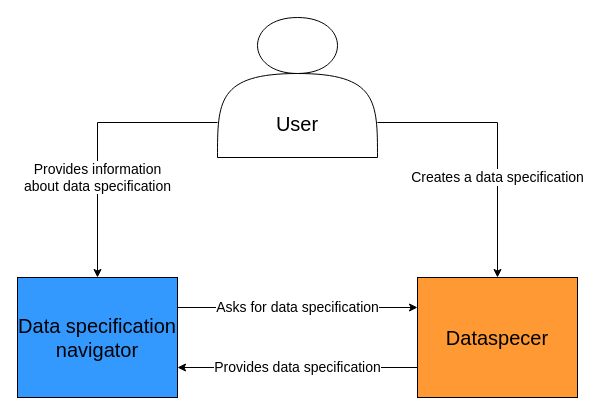
Kwantigon/research-project keeps this draw.io diagram as presentation/C4 diagrams/C4_system_context.drawio. Above is the earlier version. Source tidied: cells renumbered, new cells numbered last; positions are measured from the earlier drawing's top-left corner, leaving out a move shared by most shapes. Both pictures are drawn from the tidied source at 100%, with x=0, y=0 at pixel (17, 17).
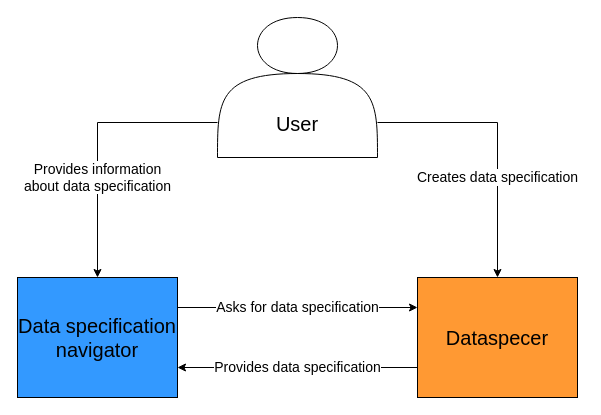
The same page after the edit.

The edit, as a diff of the source:
```diff
@@
 <mxGraphModel>
   <root>
     <mxCell id="0" />
     <mxCell id="1" parent="0" />
-    <mxCell id="2" value="&lt;font style=&quot;font-size: 14px;&quot;&gt;Creates a data specification&lt;/font&gt;" style="edgeStyle=orthogonalEdgeStyle;rounded=0;jettySize=auto;html=1;entryX=0.5;entryY=0;entryDx=0;entryDy=0;exitX=1;exitY=0.75;exitDx=0;exitDy=0;" parent="1" edge="1" source="4" target="8">
+    <mxCell id="2" value="&lt;font style=&quot;font-size: 14px;&quot;&gt;Creates data specification&lt;/font&gt;" style="edgeStyle=orthogonalEdgeStyle;rounded=0;jettySize=auto;html=1;entryX=0.5;entryY=0;entryDx=0;entryDy=0;exitX=1;exitY=0.75;exitDx=0;exitDy=0;" parent="1" edge="1" source="4" target="8">
       <mxGeometry x="0.27" relative="1" as="geometry" />
     </mxCell>
     <mxCell id="3" value="&lt;font style=&quot;font-size: 14px;&quot;&gt;Provides information&lt;/font&gt;&lt;div&gt;&lt;font style=&quot;font-size: 14px;&quot;&gt;about data specification&lt;/font&gt;&lt;/div&gt;" style="edgeStyle=orthogonalEdgeStyle;rounded=0;jettySize=auto;html=1;entryX=0.5;entryY=0;entryDx=0;entryDy=0;exitX=0;exitY=0.75;exitDx=0;exitDy=0;" parent="1" edge="1" source="4" target="6">
       <mxGeometry x="0.27" relative="1" as="geometry" />
     </mxCell>
     <mxCell id="4" value="&lt;div&gt;&lt;font style=&quot;font-size: 20px;&quot;&gt;&lt;br&gt;&lt;/font&gt;&lt;/div&gt;&lt;div&gt;&lt;font style=&quot;font-size: 20px;&quot;&gt;&lt;br&gt;&lt;/font&gt;&lt;/div&gt;&lt;div&gt;&lt;font style=&quot;font-size: 20px;&quot;&gt;&lt;br&gt;&lt;/font&gt;&lt;/div&gt;&lt;font style=&quot;font-size: 20px;&quot;&gt;User&lt;/font&gt;" style="shape=actor;whiteSpace=wrap;html=1;" parent="1" vertex="1">
       <mxGeometry x="200" width="160" height="140" as="geometry" />
     </mxCell>
     <mxCell id="5" value="&lt;font style=&quot;font-size: 14px;&quot;&gt;Asks for data specification&lt;/font&gt;" style="edgeStyle=orthogonalEdgeStyle;rounded=0;jettySize=auto;html=1;exitX=1;exitY=0.25;exitDx=0;exitDy=0;entryX=0;entryY=0.25;entryDx=0;entryDy=0;" parent="1" edge="1" source="6" target="8">
       <mxGeometry relative="1" as="geometry" />
     </mxCell>
     <mxCell id="6" value="&lt;font style=&quot;font-size: 20px;&quot;&gt;Data specification navigator&lt;/font&gt;" style="rounded=0;whiteSpace=wrap;html=1;fillColor=#3399FF;" parent="1" vertex="1">
       <mxGeometry y="260" width="160" height="120" as="geometry" />
     </mxCell>
     <mxCell id="7" value="&lt;font style=&quot;font-size: 14px;&quot;&gt;Provides data specification&lt;/font&gt;" style="edgeStyle=orthogonalEdgeStyle;rounded=0;jettySize=auto;html=1;entryX=1;entryY=0.75;entryDx=0;entryDy=0;exitX=0;exitY=0.75;exitDx=0;exitDy=0;" parent="1" edge="1" source="8" target="6">
       <mxGeometry relative="1" as="geometry" />
     </mxCell>
     <mxCell id="8" value="&lt;font style=&quot;font-size: 20px;&quot;&gt;Dataspecer&lt;/font&gt;" style="rounded=0;whiteSpace=wrap;html=1;fillColor=#FF9933;" parent="1" vertex="1">
       <mxGeometry x="400" y="260" width="160" height="120" as="geometry" />
     </mxCell>
   </root>
 </mxGraphModel>
```
